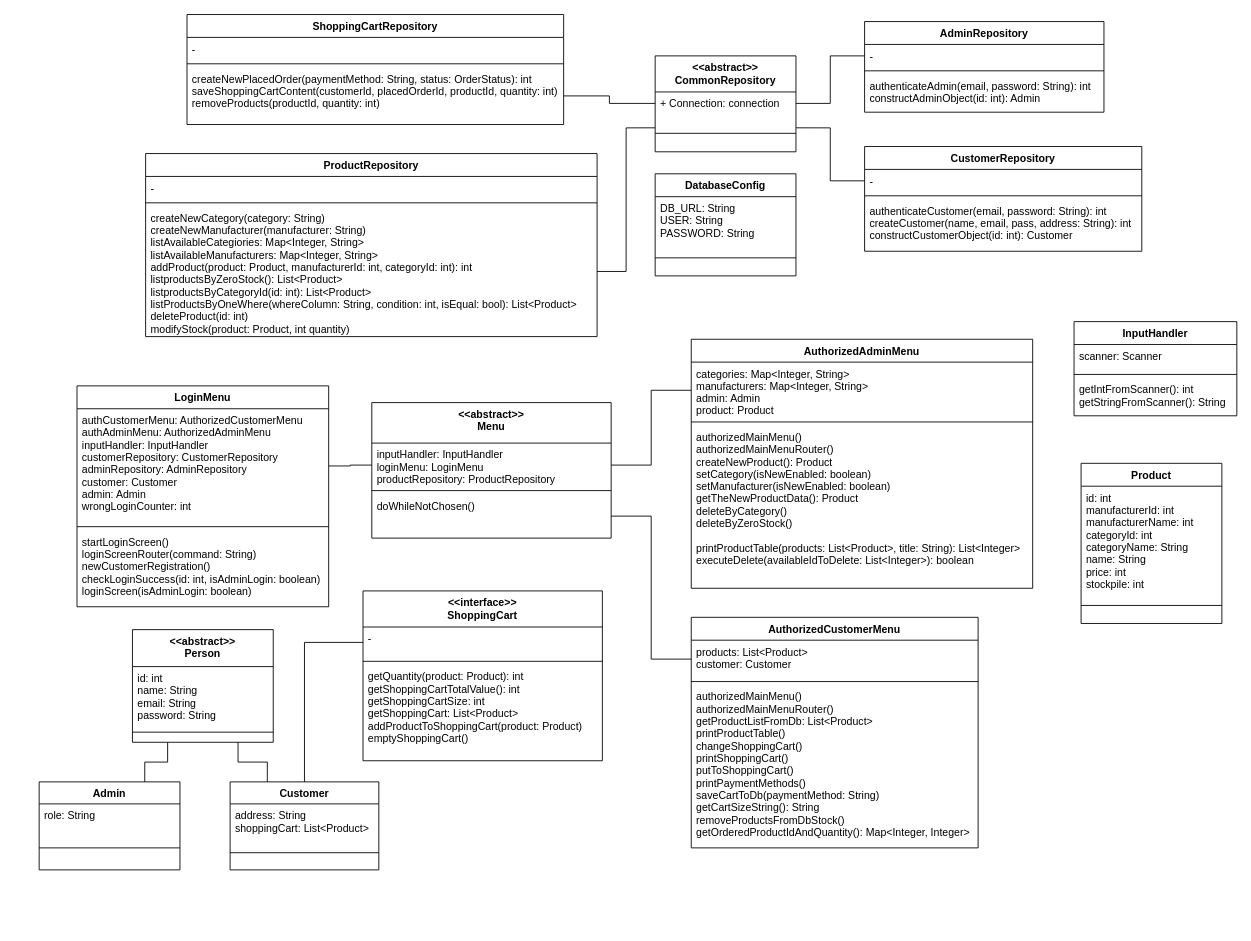
The draw.io diagram Untitled Diagram.drawio in ati911/proba, before the edit. Source tidied: cells renumbered, new cells numbered last; positions are measured from the earlier drawing's top-left corner, leaving out a move shared by most shapes. Both pictures are drawn from the tidied source at 88%, with x=0, y=0 at pixel (39, 14).
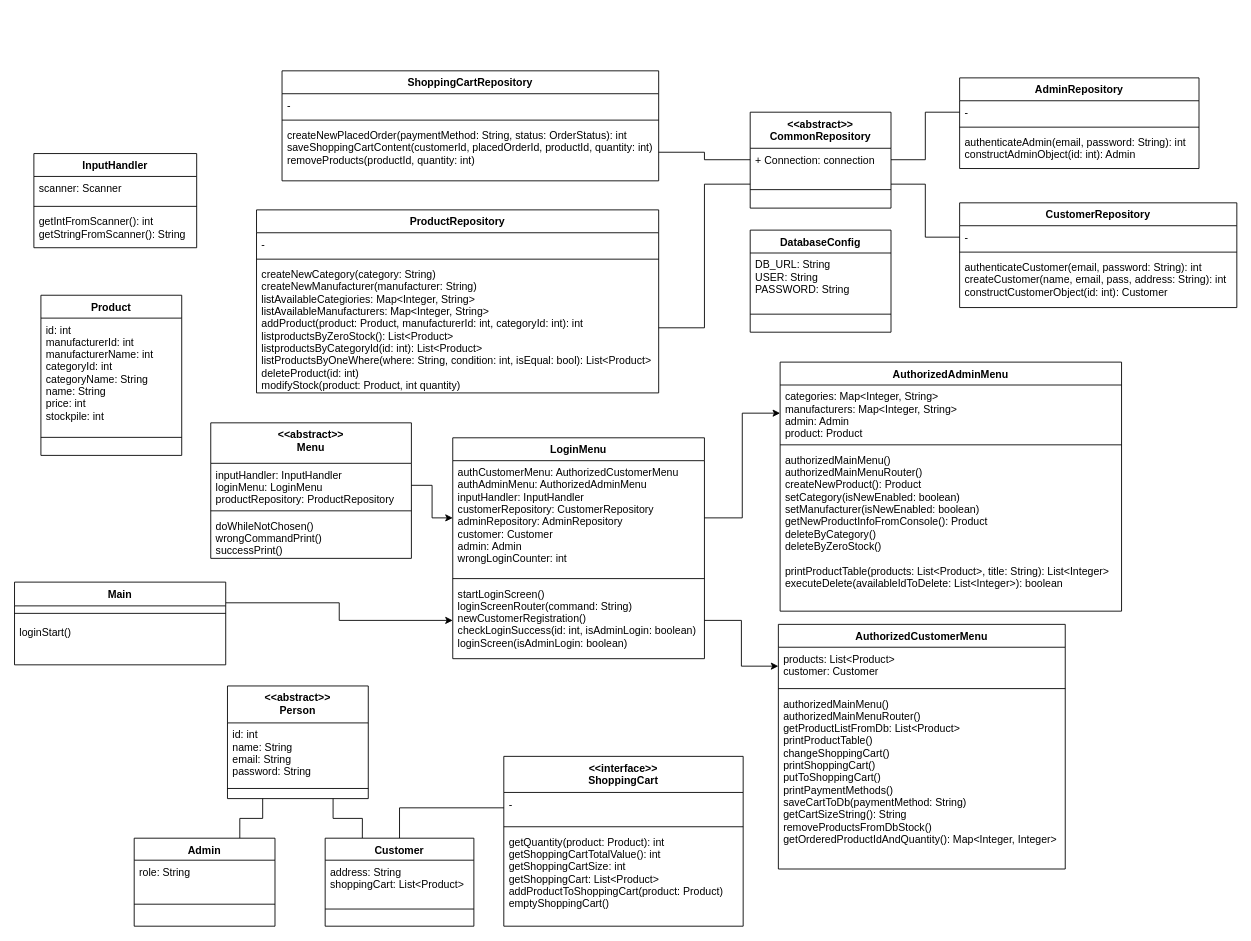
After the change.

The change refers to these unchanged cells:
```xml
<mxCell id="49" value="authCustomerMenu: AuthorizedCustomerMenu&#10;authAdminMenu: AuthorizedAdminMenu&#10;inputHandler: InputHandler&#10;customerRepository: CustomerRepository&#10;adminRepository: AdminRepository&#10;customer: Customer&#10;admin: Admin&#10;wrongLoginCounter: int" style="text;strokeColor=none;fillColor=none;align=left;verticalAlign=top;spacingLeft=4;spacingRight=4;overflow=hidden;points=[[0,0.5],[1,0.5]];portConstraint=eastwest;" parent="48" vertex="1">
  <mxGeometry y="26" width="286" height="130" as="geometry" />
</mxCell>
<mxCell id="51" value="startLoginScreen()&#10;loginScreenRouter(command: String)&#10;newCustomerRegistration()&#10;checkLoginSuccess(id: int, isAdminLogin: boolean)&#10;loginScreen(isAdminLogin: boolean)&#10;" style="text;strokeColor=none;fillColor=none;align=left;verticalAlign=top;spacingLeft=4;spacingRight=4;overflow=hidden;points=[[0,0.5],[1,0.5]];portConstraint=eastwest;" parent="48" vertex="1">
  <mxGeometry y="164" width="286" height="87" as="geometry" />
</mxCell>
<mxCell id="57" value="products: List&lt;Product&gt;&#10;customer: Customer" style="text;strokeColor=none;fillColor=none;align=left;verticalAlign=top;spacingLeft=4;spacingRight=4;overflow=hidden;points=[[0,0.5],[1,0.5]];portConstraint=eastwest;" parent="56" vertex="1">
  <mxGeometry y="26" width="326" height="43" as="geometry" />
</mxCell>
<mxCell id="61" value="categories: Map&lt;Integer, String&gt;&#10;manufacturers: Map&lt;Integer, String&gt;&#10;admin: Admin&#10;product: Product" style="text;strokeColor=none;fillColor=none;align=left;verticalAlign=top;spacingLeft=4;spacingRight=4;overflow=hidden;points=[[0,0.5],[1,0.5]];portConstraint=eastwest;" parent="60" vertex="1">
  <mxGeometry y="26" width="388" height="64" as="geometry" />
</mxCell>
```

What changed in the source:
```diff
@@
     <mxCell id="3" value="&lt;&lt;abstract&gt;&gt;&#10;CommonRepository" style="swimlane;fontStyle=1;align=center;verticalAlign=top;horizontal=1;startSize=41;" parent="1" vertex="1">
-      <mxGeometry x="700" y="47" width="160" height="109" as="geometry" />
+      <mxGeometry x="808" y="111" width="160" height="109" as="geometry" />
     </mxCell>
@@
     <mxCell id="6" value="CustomerRepository" style="swimlane;fontStyle=1;align=center;verticalAlign=top;horizontal=1;startSize=26;" parent="1" vertex="1">
-      <mxGeometry x="938" y="150" width="315" height="119" as="geometry" />
+      <mxGeometry x="1046" y="214" width="315" height="119" as="geometry" />
     </mxCell>
@@
     <mxCell id="10" value="AdminRepository" style="swimlane;fontStyle=1;align=center;verticalAlign=top;horizontal=1;startSize=26;" parent="1" vertex="1">
-      <mxGeometry x="938" y="8" width="272" height="103" as="geometry" />
+      <mxGeometry x="1046" y="72" width="272" height="103" as="geometry" />
     </mxCell>
@@
     <mxCell id="14" value="&lt;&lt;abstract&gt;&gt;&#10;Person" style="swimlane;fontStyle=1;align=center;verticalAlign=top;horizontal=1;startSize=42;" parent="1" vertex="1">
-      <mxGeometry x="106" y="699" width="160" height="128" as="geometry" />
+      <mxGeometry x="214" y="763" width="160" height="128" as="geometry" />
     </mxCell>
@@
     <mxCell id="17" value="ProductRepository" style="swimlane;fontStyle=1;align=center;verticalAlign=top;horizontal=1;startSize=26;" parent="1" vertex="1">
-      <mxGeometry x="121" y="158" width="513" height="208" as="geometry" />
+      <mxGeometry x="247" y="222" width="457" height="208" as="geometry" />
     </mxCell>
     <mxCell id="18" value="-" style="text;strokeColor=none;fillColor=none;align=left;verticalAlign=top;spacingLeft=4;spacingRight=4;overflow=hidden;" parent="17" vertex="1">
-      <mxGeometry y="26" width="513" height="26" as="geometry" />
+      <mxGeometry y="26" width="457" height="26" as="geometry" />
     </mxCell>
     <mxCell id="19" style="line;strokeWidth=1;fillColor=none;align=left;verticalAlign=middle;spacingTop=-1;spacingLeft=3;spacingRight=3;labelPosition=right;" parent="17" vertex="1">
-      <mxGeometry y="52" width="513" height="8" as="geometry" />
+      <mxGeometry y="52" width="457" height="8" as="geometry" />
     </mxCell>
-    <mxCell id="20" value="createNewCategory(category: String)&#10;createNewManufacturer(manufacturer: String)&#10;listAvailableCategiories: Map&lt;Integer, String&gt;&#10;listAvailableManufacturers: Map&lt;Integer, String&gt;&#10;addProduct(product: Product, manufacturerId: int, categoryId: int): int&#10;listproductsByZeroStock(): List&lt;Product&gt;&#10;listproductsByCategoryId(id: int): List&lt;Product&gt;&#10;listProductsByOneWhere(whereColumn: String, condition: int, isEqual: bool): List&lt;Product&gt;&#10;deleteProduct(id: int)&#10;modifyStock(product: Product, int quantity)&#10;&#10;" style="text;strokeColor=none;fillColor=none;align=left;verticalAlign=top;spacingLeft=4;spacingRight=4;overflow=hidden;points=[[0,0.5],[1,0.5]];portConstraint=eastwest;" parent="17" vertex="1">
-      <mxGeometry y="60" width="513" height="148" as="geometry" />
+    <mxCell id="20" value="createNewCategory(category: String)&#10;createNewManufacturer(manufacturer: String)&#10;listAvailableCategiories: Map&lt;Integer, String&gt;&#10;listAvailableManufacturers: Map&lt;Integer, String&gt;&#10;addProduct(product: Product, manufacturerId: int, categoryId: int): int&#10;listproductsByZeroStock(): List&lt;Product&gt;&#10;listproductsByCategoryId(id: int): List&lt;Product&gt;&#10;listProductsByOneWhere(where: String, condition: int, isEqual: bool): List&lt;Product&gt;&#10;deleteProduct(id: int)&#10;modifyStock(product: Product, int quantity)&#10;&#10;" style="text;strokeColor=none;fillColor=none;align=left;verticalAlign=top;spacingLeft=4;spacingRight=4;overflow=hidden;points=[[0,0.5],[1,0.5]];portConstraint=eastwest;" parent="17" vertex="1">
+      <mxGeometry y="60" width="457" height="148" as="geometry" />
     </mxCell>
     <mxCell id="21" value="ShoppingCartRepository" style="swimlane;fontStyle=1;align=center;verticalAlign=top;horizontal=1;startSize=26;" parent="1" vertex="1">
-      <mxGeometry x="168" width="428" height="125" as="geometry" />
+      <mxGeometry x="276" y="64" width="428" height="125" as="geometry" />
     </mxCell>
@@
     <mxCell id="25" value="DatabaseConfig" style="swimlane;fontStyle=1;align=center;verticalAlign=top;horizontal=1;startSize=26;" parent="1" vertex="1">
-      <mxGeometry x="700" y="181" width="160" height="116" as="geometry" />
+      <mxGeometry x="808" y="245" width="160" height="116" as="geometry" />
     </mxCell>
@@
     <mxCell id="29" value="Admin" style="swimlane;fontStyle=1;align=center;verticalAlign=top;horizontal=1;startSize=25;" parent="1" vertex="1">
-      <mxGeometry y="872" width="160" height="100" as="geometry" />
+      <mxGeometry x="108" y="936" width="160" height="100" as="geometry" />
     </mxCell>
@@
     <mxCell id="34" value="Customer" style="swimlane;fontStyle=1;align=center;verticalAlign=top;horizontal=1;startSize=25;" parent="1" vertex="1">
-      <mxGeometry x="217" y="872" width="169" height="100" as="geometry" />
+      <mxGeometry x="325" y="936" width="169" height="100" as="geometry" />
     </mxCell>
@@
     <mxCell id="37" value="Product" style="swimlane;fontStyle=1;align=center;verticalAlign=top;horizontal=1;startSize=26;" parent="1" vertex="1">
-      <mxGeometry x="1184" y="510" width="160" height="182" as="geometry" />
+      <mxGeometry x="2" y="319" width="160" height="182" as="geometry" />
     </mxCell>
@@
     <mxCell id="40" value="&lt;&lt;interface&gt;&gt;&#10;ShoppingCart" style="swimlane;fontStyle=1;align=center;verticalAlign=top;horizontal=1;startSize=41;" parent="1" vertex="1">
-      <mxGeometry x="368" y="655" width="272" height="193" as="geometry" />
+      <mxGeometry x="528" y="843" width="272" height="193" as="geometry" />
     </mxCell>
@@
     <mxCell id="44" value="&lt;&lt;abstract&gt;&gt;&#10;Menu" style="swimlane;fontStyle=1;align=center;verticalAlign=top;horizontal=1;startSize=46;" parent="1" vertex="1">
-      <mxGeometry x="378" y="441" width="272" height="154" as="geometry" />
+      <mxGeometry x="195" y="464" width="228" height="154" as="geometry" />
     </mxCell>
     <mxCell id="45" value="inputHandler: InputHandler&#10;loginMenu: LoginMenu&#10;productRepository: ProductRepository" style="text;strokeColor=none;fillColor=none;align=left;verticalAlign=top;spacingLeft=4;spacingRight=4;overflow=hidden;points=[[0,0.5],[1,0.5]];portConstraint=eastwest;" parent="44" vertex="1">
-      <mxGeometry y="46" width="272" height="50" as="geometry" />
+      <mxGeometry y="46" width="228" height="50" as="geometry" />
     </mxCell>
     <mxCell id="46" style="line;strokeWidth=1;fillColor=none;align=left;verticalAlign=middle;spacingTop=-1;spacingLeft=3;spacingRight=3;labelPosition=right;" parent="44" vertex="1">
-      <mxGeometry y="96" width="272" height="8" as="geometry" />
+      <mxGeometry y="96" width="228" height="8" as="geometry" />
     </mxCell>
-    <mxCell id="47" value="doWhileNotChosen()" style="text;strokeColor=none;fillColor=none;align=left;verticalAlign=top;spacingLeft=4;spacingRight=4;overflow=hidden;points=[[0,0.5],[1,0.5]];portConstraint=eastwest;" parent="44" vertex="1">
-      <mxGeometry y="104" width="272" height="50" as="geometry" />
+    <mxCell id="47" value="doWhileNotChosen()&#10;wrongCommandPrint()&#10;successPrint()" style="text;strokeColor=none;fillColor=none;align=left;verticalAlign=top;spacingLeft=4;spacingRight=4;overflow=hidden;points=[[0,0.5],[1,0.5]];portConstraint=eastwest;" parent="44" vertex="1">
+      <mxGeometry y="104" width="228" height="50" as="geometry" />
     </mxCell>
     <mxCell id="48" value="LoginMenu" style="swimlane;fontStyle=1;align=center;verticalAlign=top;horizontal=1;startSize=26;" parent="1" vertex="1">
-      <mxGeometry x="43" y="422" width="286" height="251" as="geometry" />
+      <mxGeometry x="470" y="481" width="286" height="251" as="geometry" />
     </mxCell>
@@
     <mxCell id="52" value="InputHandler" style="swimlane;fontStyle=1;align=center;verticalAlign=top;horizontal=1;startSize=26;" parent="1" vertex="1">
-      <mxGeometry x="1176" y="349" width="185" height="107" as="geometry" />
+      <mxGeometry x="-6" y="158" width="185" height="107" as="geometry" />
     </mxCell>
@@
     <mxCell id="56" value="AuthorizedCustomerMenu" style="swimlane;fontStyle=1;align=center;verticalAlign=top;horizontal=1;startSize=26;" parent="1" vertex="1">
-      <mxGeometry x="741" y="685" width="326" height="262" as="geometry" />
+      <mxGeometry x="840" y="693" width="326" height="278" as="geometry" />
     </mxCell>
@@
     <mxCell id="59" value="authorizedMainMenu()&#10;authorizedMainMenuRouter()&#10;getProductListFromDb: List&lt;Product&gt;&#10;printProductTable()&#10;changeShoppingCart()&#10;printShoppingCart()&#10;putToShoppingCart()&#10;printPaymentMethods()&#10;saveCartToDb(paymentMethod: String)&#10;getCartSizeString(): String&#10;removeProductsFromDbStock()&#10;getOrderedProductIdAndQuantity(): Map&lt;Integer, Integer&gt;" style="text;strokeColor=none;fillColor=none;align=left;verticalAlign=top;spacingLeft=4;spacingRight=4;overflow=hidden;" parent="56" vertex="1">
-      <mxGeometry y="77" width="326" height="185" as="geometry" />
+      <mxGeometry y="77" width="326" height="201" as="geometry" />
     </mxCell>
     <mxCell id="60" value="AuthorizedAdminMenu" style="swimlane;fontStyle=1;align=center;verticalAlign=top;horizontal=1;startSize=26;" parent="1" vertex="1">
-      <mxGeometry x="741" y="369" width="388" height="283" as="geometry" />
+      <mxGeometry x="842" y="395" width="388" height="283" as="geometry" />
     </mxCell>
@@
-    <mxCell id="63" value="authorizedMainMenu()&#10;authorizedMainMenuRouter()&#10;createNewProduct(): Product&#10;setCategory(isNewEnabled: boolean)&#10;setManufacturer(isNewEnabled: boolean)&#10;getTheNewProductData(): Product&#10;deleteByCategory()&#10;deleteByZeroStock()&#10;&#10;printProductTable(products: List&lt;Product&gt;, title: String): List&lt;Integer&gt;&#10;executeDelete(availableIdToDelete: List&lt;Integer&gt;): boolean&#10;" style="text;strokeColor=none;fillColor=none;align=left;verticalAlign=top;spacingLeft=4;spacingRight=4;overflow=hidden;" parent="60" vertex="1">
+    <mxCell id="63" value="authorizedMainMenu()&#10;authorizedMainMenuRouter()&#10;createNewProduct(): Product&#10;setCategory(isNewEnabled: boolean)&#10;setManufacturer(isNewEnabled: boolean)&#10;getNewProductInfoFromConsole(): Product&#10;deleteByCategory()&#10;deleteByZeroStock()&#10;&#10;printProductTable(products: List&lt;Product&gt;, title: String): List&lt;Integer&gt;&#10;executeDelete(availableIdToDelete: List&lt;Integer&gt;): boolean&#10;" style="text;strokeColor=none;fillColor=none;align=left;verticalAlign=top;spacingLeft=4;spacingRight=4;overflow=hidden;" parent="60" vertex="1">
       <mxGeometry y="98" width="388" height="185" as="geometry" />
     </mxCell>
@@
-    <mxCell id="65" style="edgeStyle=orthogonalEdgeStyle;rounded=0;jettySize=auto;html=1;exitX=1;exitY=0.5;exitDx=0;exitDy=0;endArrow=none;endFill=0;" parent="1" edge="1" source="45" target="61">
-      <mxGeometry relative="1" as="geometry" />
-    </mxCell>
-    <mxCell id="66" style="edgeStyle=orthogonalEdgeStyle;rounded=0;jettySize=auto;html=1;exitX=1;exitY=0.5;exitDx=0;exitDy=0;endArrow=none;endFill=0;" parent="1" edge="1" source="47" target="57">
-      <mxGeometry relative="1" as="geometry" />
-    </mxCell>
-    <mxCell id="67" style="edgeStyle=orthogonalEdgeStyle;rounded=0;jettySize=auto;html=1;exitX=0;exitY=0.5;exitDx=0;exitDy=0;entryX=1;entryY=0.5;entryDx=0;entryDy=0;endArrow=none;endFill=0;" parent="1" edge="1" source="45" target="49">
-      <mxGeometry relative="1" as="geometry" />
-    </mxCell>
@@
+    <mxCell id="70" style="edgeStyle=orthogonalEdgeStyle;rounded=0;jettySize=auto;html=1;exitX=1;exitY=0.5;exitDx=0;exitDy=0;entryX=0;entryY=0.5;entryDx=0;entryDy=0;" parent="1" edge="1" source="49" target="61">
+      <mxGeometry relative="1" as="geometry" />
+    </mxCell>
+    <mxCell id="71" style="edgeStyle=orthogonalEdgeStyle;rounded=0;jettySize=auto;html=1;exitX=1;exitY=0.5;exitDx=0;exitDy=0;entryX=0;entryY=0.5;entryDx=0;entryDy=0;" parent="1" edge="1" source="51" target="57">
+      <mxGeometry relative="1" as="geometry" />
+    </mxCell>
+    <mxCell id="67" style="edgeStyle=orthogonalEdgeStyle;rounded=0;jettySize=auto;html=1;exitX=1;exitY=0.5;exitDx=0;exitDy=0;entryX=0;entryY=0.5;entryDx=0;entryDy=0;" parent="1" edge="1" source="45" target="49">
+      <mxGeometry relative="1" as="geometry" />
+    </mxCell>
+    <mxCell id="72" style="edgeStyle=orthogonalEdgeStyle;rounded=0;jettySize=auto;html=1;exitX=1;exitY=0.25;exitDx=0;exitDy=0;entryX=0;entryY=0.5;entryDx=0;entryDy=0;" parent="1" edge="1" source="73" target="51">
+      <mxGeometry relative="1" as="geometry" />
+    </mxCell>
+    <mxCell id="73" value="Main" style="swimlane;fontStyle=1;align=center;verticalAlign=top;horizontal=1;startSize=27;" parent="1" vertex="1">
+      <mxGeometry x="-28" y="645" width="240" height="94" as="geometry" />
+    </mxCell>
+    <mxCell id="74" style="line;strokeWidth=1;fillColor=none;align=left;verticalAlign=middle;spacingTop=-1;spacingLeft=3;spacingRight=3;labelPosition=right;" parent="73" vertex="1">
+      <mxGeometry y="27" width="240" height="17" as="geometry" />
+    </mxCell>
+    <mxCell id="75" value="loginStart()" style="text;strokeColor=none;fillColor=none;align=left;verticalAlign=top;spacingLeft=4;spacingRight=4;overflow=hidden;" parent="73" vertex="1">
+      <mxGeometry y="44" width="240" height="50" as="geometry" />
+    </mxCell>
```
